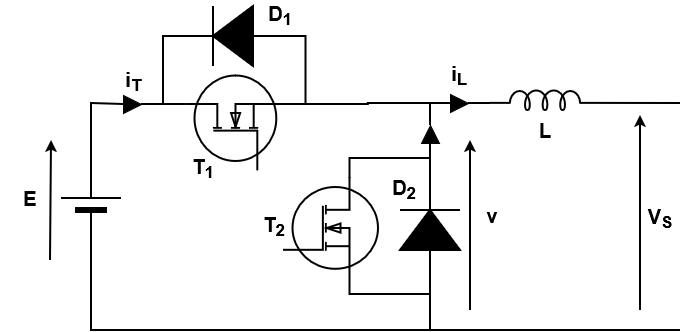
This is Cours/Images/2Quadrants.png from alexismartin46/Cours_Electronique_de_Puissance_FISE2, a draw.io export, as it was before one commit. Source tidied: cells renumbered, new cells last; positions are measured from the earlier drawing's top-left corner, leaving out a move shared by most shapes. The source it was exported from:
```xml
<mxGraphModel>
  <root>
    <mxCell id="0" />
    <mxCell id="1" parent="0" />
    <mxCell id="2" style="verticalLabelPosition=bottom;shadow=0;dashed=0;align=center;html=1;verticalAlign=top;shape=mxgraph.electrical.mosfets1.mosfet_ic_n;fillColor=none;strokeWidth=2;rotation=-90;" parent="1" vertex="1">
      <mxGeometry x="188" y="73" width="95" height="100" as="geometry" />
    </mxCell>
    <mxCell id="3" style="fillColor=strokeColor;verticalLabelPosition=bottom;shadow=0;dashed=0;align=center;html=1;verticalAlign=top;shape=mxgraph.electrical.diodes.diode;rotation=-90;strokeWidth=2;" parent="1" vertex="1">
      <mxGeometry x="380" y="200" width="100" height="60" as="geometry" />
    </mxCell>
    <mxCell id="4" style="verticalLabelPosition=bottom;shadow=0;dashed=0;align=center;html=1;verticalAlign=top;shape=mxgraph.electrical.inductors.inductor_5;strokeWidth=2;" parent="1" vertex="1">
      <mxGeometry x="490" y="90" width="110" height="20" as="geometry" />
    </mxCell>
    <mxCell id="5" style="edgeStyle=orthogonalEdgeStyle;rounded=0;jettySize=auto;html=1;exitX=1;exitY=0.5;exitDx=0;exitDy=0;entryX=0;entryY=0.645;entryDx=0;entryDy=0;entryPerimeter=0;strokeWidth=2;endArrow=none;endFill=0;" parent="1" edge="1" source="23" target="4">
      <mxGeometry relative="1" as="geometry" />
    </mxCell>
    <mxCell id="6" style="verticalLabelPosition=bottom;shadow=0;dashed=0;align=center;fillColor=strokeColor;html=1;verticalAlign=top;strokeWidth=2;shape=mxgraph.electrical.miscellaneous.monocell_battery;rotation=-90;" parent="1" vertex="1">
      <mxGeometry x="41" y="173" width="100" height="60" as="geometry" />
    </mxCell>
    <mxCell id="7" style="edgeStyle=orthogonalEdgeStyle;rounded=0;jettySize=auto;html=1;exitX=1;exitY=0.5;exitDx=0;exitDy=0;exitPerimeter=0;entryX=0.7;entryY=0;entryDx=0;entryDy=0;entryPerimeter=0;endArrow=none;endFill=0;strokeWidth=2;" parent="1" edge="1" source="16" target="2">
      <mxGeometry relative="1" as="geometry" />
    </mxCell>
    <mxCell id="8" style="edgeStyle=orthogonalEdgeStyle;rounded=0;jettySize=auto;html=1;exitX=0;exitY=0.5;exitDx=0;exitDy=0;exitPerimeter=0;entryX=0;entryY=0.5;entryDx=0;entryDy=0;entryPerimeter=0;endArrow=none;endFill=0;strokeWidth=2;" parent="1" edge="1" source="6" target="3">
      <mxGeometry relative="1" as="geometry">
        <Array as="points">
          <mxPoint x="91" y="330" />
          <mxPoint x="430" y="330" />
        </Array>
      </mxGeometry>
    </mxCell>
    <mxCell id="9" style="endArrow=none;html=1;rounded=0;strokeWidth=2;" parent="1" edge="1">
      <mxGeometry relative="1" as="geometry">
        <mxPoint x="430" y="330" as="sourcePoint" />
        <mxPoint x="680" y="330" as="targetPoint" />
      </mxGeometry>
    </mxCell>
    <mxCell id="10" style="endArrow=none;html=1;rounded=0;strokeWidth=2;exitX=1;exitY=0.645;exitDx=0;exitDy=0;exitPerimeter=0;" parent="1" edge="1" source="4">
      <mxGeometry relative="1" as="geometry">
        <mxPoint x="680" y="103" as="targetPoint" />
      </mxGeometry>
    </mxCell>
    <mxCell id="11" value="&lt;font&gt;&lt;b&gt;E&lt;/b&gt;&lt;/font&gt;" style="text;html=1;whiteSpace=wrap;strokeColor=none;fillColor=none;align=center;verticalAlign=middle;rounded=0;fontSize=20;" parent="1" vertex="1">
      <mxGeometry y="183" width="60" height="30" as="geometry" />
    </mxCell>
    <mxCell id="12" style="endArrow=classic;html=1;rounded=0;strokeWidth=2;" parent="1" edge="1">
      <mxGeometry relative="1" as="geometry">
        <mxPoint x="50" y="260" as="sourcePoint" />
        <mxPoint x="51" y="140" as="targetPoint" />
      </mxGeometry>
    </mxCell>
    <mxCell id="13" value="&lt;font&gt;&lt;b&gt;v&lt;/b&gt;&lt;/font&gt;" style="text;html=1;whiteSpace=wrap;strokeColor=none;fillColor=none;align=center;verticalAlign=middle;rounded=0;fontSize=20;" parent="1" vertex="1">
      <mxGeometry x="462" y="200" width="60" height="30" as="geometry" />
    </mxCell>
    <mxCell id="14" style="endArrow=classic;html=1;rounded=0;strokeWidth=2;" parent="1" edge="1">
      <mxGeometry relative="1" as="geometry">
        <mxPoint x="470" y="310" as="sourcePoint" />
        <mxPoint x="470" y="140" as="targetPoint" />
      </mxGeometry>
    </mxCell>
    <mxCell id="15" style="edgeStyle=orthogonalEdgeStyle;rounded=0;jettySize=auto;html=1;exitX=1;exitY=0.5;exitDx=0;exitDy=0;exitPerimeter=0;entryX=0;entryY=0.5;entryDx=0;entryDy=0;endArrow=none;endFill=0;strokeWidth=2;" parent="1" edge="1" source="6" target="16">
      <mxGeometry relative="1" as="geometry">
        <Array as="points">
          <mxPoint x="91" y="103" />
        </Array>
      </mxGeometry>
    </mxCell>
    <mxCell id="16" style="triangle;whiteSpace=wrap;html=1;fillColor=#000000;" parent="1" vertex="1">
      <mxGeometry x="123" y="95" width="18" height="18" as="geometry" />
    </mxCell>
    <mxCell id="17" value="&lt;font&gt;&lt;b&gt;i&lt;sub&gt;T&lt;/sub&gt;&lt;/b&gt;&lt;/font&gt;" style="text;html=1;whiteSpace=wrap;strokeColor=none;fillColor=none;align=center;verticalAlign=middle;rounded=0;fontSize=20;" parent="1" vertex="1">
      <mxGeometry x="103" y="66" width="60" height="30" as="geometry" />
    </mxCell>
    <mxCell id="18" style="edgeStyle=orthogonalEdgeStyle;rounded=0;jettySize=auto;html=1;exitX=1;exitY=0.5;exitDx=0;exitDy=0;exitPerimeter=0;endArrow=none;endFill=0;strokeWidth=2;entryX=0;entryY=0.5;entryDx=0;entryDy=0;" parent="1" edge="1" source="3" target="20">
      <mxGeometry relative="1" as="geometry" />
    </mxCell>
    <mxCell id="19" style="edgeStyle=orthogonalEdgeStyle;rounded=0;jettySize=auto;html=1;exitX=1;exitY=0.5;exitDx=0;exitDy=0;entryX=0;entryY=0.5;entryDx=0;entryDy=0;endArrow=none;endFill=0;strokeWidth=2;" parent="1" edge="1" source="20" target="23">
      <mxGeometry relative="1" as="geometry">
        <Array as="points">
          <mxPoint x="430" y="103" />
        </Array>
      </mxGeometry>
    </mxCell>
    <mxCell id="20" style="triangle;whiteSpace=wrap;html=1;fillColor=#000000;rotation=-90;" parent="1" vertex="1">
      <mxGeometry x="421" y="125" width="18" height="18" as="geometry" />
    </mxCell>
    <mxCell id="21" value="&lt;b&gt;L&lt;/b&gt;" style="text;html=1;whiteSpace=wrap;strokeColor=none;fillColor=none;align=center;verticalAlign=middle;rounded=0;fontSize=20;" parent="1" vertex="1">
      <mxGeometry x="515" y="115" width="60" height="30" as="geometry" />
    </mxCell>
    <mxCell id="22" style="edgeStyle=orthogonalEdgeStyle;rounded=0;jettySize=auto;html=1;exitX=0.7;exitY=1;exitDx=0;exitDy=0;exitPerimeter=0;entryX=0;entryY=0.5;entryDx=0;entryDy=0;strokeWidth=2;endArrow=none;endFill=0;" parent="1" edge="1" source="2" target="23">
      <mxGeometry relative="1" as="geometry" />
    </mxCell>
    <mxCell id="23" style="triangle;whiteSpace=wrap;html=1;fillColor=#000000;" parent="1" vertex="1">
      <mxGeometry x="450" y="94" width="18" height="18" as="geometry" />
    </mxCell>
    <mxCell id="24" value="&lt;font&gt;&lt;b&gt;i&lt;sub&gt;L&lt;/sub&gt;&lt;/b&gt;&lt;/font&gt;" style="text;html=1;whiteSpace=wrap;strokeColor=none;fillColor=none;align=center;verticalAlign=middle;rounded=0;fontSize=20;" parent="1" vertex="1">
      <mxGeometry x="429" y="60" width="60" height="30" as="geometry" />
    </mxCell>
    <mxCell id="25" value="&lt;b&gt;V&lt;sub&gt;S&lt;/sub&gt;&lt;/b&gt;" style="text;html=1;whiteSpace=wrap;strokeColor=none;fillColor=none;align=center;verticalAlign=middle;rounded=0;fontSize=20;" parent="1" vertex="1">
      <mxGeometry x="630" y="203" width="60" height="30" as="geometry" />
    </mxCell>
    <mxCell id="26" style="endArrow=classic;html=1;rounded=0;strokeWidth=2;" parent="1" edge="1">
      <mxGeometry relative="1" as="geometry">
        <mxPoint x="640" y="310" as="sourcePoint" />
        <mxPoint x="640" y="115" as="targetPoint" />
      </mxGeometry>
    </mxCell>
    <mxCell id="27" value="&lt;b&gt;D&lt;sub&gt;2&lt;/sub&gt;&lt;/b&gt;" style="text;html=1;whiteSpace=wrap;strokeColor=none;fillColor=none;align=center;verticalAlign=middle;rounded=0;fontSize=20;" parent="1" vertex="1">
      <mxGeometry x="374" y="174" width="60" height="30" as="geometry" />
    </mxCell>
    <mxCell id="28" value="&lt;b&gt;T&lt;sub&gt;1&lt;/sub&gt;&lt;/b&gt;" style="text;html=1;whiteSpace=wrap;strokeColor=none;fillColor=none;align=center;verticalAlign=middle;rounded=0;fontSize=20;" parent="1" vertex="1">
      <mxGeometry x="173" y="153" width="60" height="30" as="geometry" />
    </mxCell>
    <mxCell id="29" style="edgeStyle=orthogonalEdgeStyle;rounded=0;jettySize=auto;html=1;exitX=0.7;exitY=0;exitDx=0;exitDy=0;exitPerimeter=0;entryX=0;entryY=0.5;entryDx=0;entryDy=0;strokeWidth=2;endArrow=none;endFill=0;" parent="1" edge="1" source="30" target="20">
      <mxGeometry relative="1" as="geometry">
        <Array as="points">
          <mxPoint x="350" y="158" />
          <mxPoint x="430" y="158" />
        </Array>
      </mxGeometry>
    </mxCell>
    <mxCell id="30" style="verticalLabelPosition=bottom;shadow=0;dashed=0;align=center;html=1;verticalAlign=top;shape=mxgraph.electrical.mosfets1.mosfet_ic_n;fillColor=none;strokeWidth=2;rotation=0;" parent="1" vertex="1">
      <mxGeometry x="283" y="178" width="95" height="100" as="geometry" />
    </mxCell>
    <mxCell id="31" value="&lt;b&gt;T&lt;sub&gt;2&lt;/sub&gt;&lt;/b&gt;" style="text;html=1;whiteSpace=wrap;strokeColor=none;fillColor=none;align=center;verticalAlign=middle;rounded=0;fontSize=20;" parent="1" vertex="1">
      <mxGeometry x="244" y="211" width="60" height="30" as="geometry" />
    </mxCell>
    <mxCell id="32" style="edgeStyle=orthogonalEdgeStyle;rounded=0;jettySize=auto;html=1;exitX=0.7;exitY=1;exitDx=0;exitDy=0;exitPerimeter=0;entryX=0;entryY=0.5;entryDx=0;entryDy=0;entryPerimeter=0;strokeWidth=2;endArrow=none;endFill=0;" parent="1" edge="1" source="30" target="3">
      <mxGeometry relative="1" as="geometry">
        <Array as="points">
          <mxPoint x="350" y="294" />
          <mxPoint x="430" y="294" />
        </Array>
      </mxGeometry>
    </mxCell>
    <mxCell id="33" style="fillColor=strokeColor;verticalLabelPosition=bottom;shadow=0;dashed=0;align=center;html=1;verticalAlign=top;shape=mxgraph.electrical.diodes.diode;rotation=-180;strokeWidth=2;" parent="1" vertex="1">
      <mxGeometry x="183" y="6" width="100" height="60" as="geometry" />
    </mxCell>
    <mxCell id="34" style="edgeStyle=orthogonalEdgeStyle;rounded=0;jettySize=auto;html=1;exitX=0;exitY=0.5;exitDx=0;exitDy=0;exitPerimeter=0;entryX=0.7;entryY=1;entryDx=0;entryDy=0;entryPerimeter=0;strokeWidth=2;endArrow=none;endFill=0;" parent="1" edge="1" source="33" target="2">
      <mxGeometry relative="1" as="geometry" />
    </mxCell>
    <mxCell id="35" style="edgeStyle=orthogonalEdgeStyle;rounded=0;jettySize=auto;html=1;exitX=1;exitY=0.5;exitDx=0;exitDy=0;exitPerimeter=0;entryX=0.7;entryY=0;entryDx=0;entryDy=0;entryPerimeter=0;strokeWidth=2;endArrow=none;endFill=0;" parent="1" edge="1" source="33" target="2">
      <mxGeometry relative="1" as="geometry" />
    </mxCell>
    <mxCell id="36" value="&lt;b&gt;D&lt;sub&gt;1&lt;/sub&gt;&lt;/b&gt;" style="text;html=1;whiteSpace=wrap;strokeColor=none;fillColor=none;align=center;verticalAlign=middle;rounded=0;fontSize=20;" parent="1" vertex="1">
      <mxGeometry x="250" width="60" height="30" as="geometry" />
    </mxCell>
  </root>
</mxGraphModel>
```
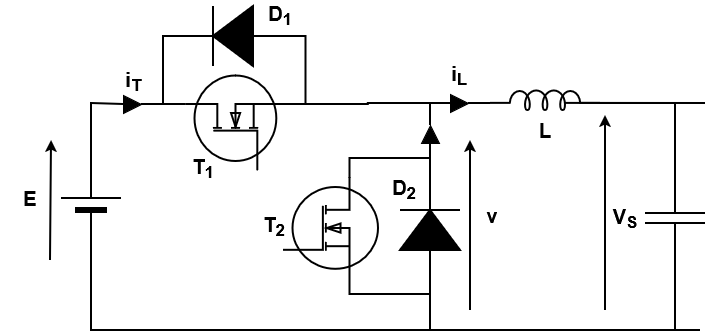
After the commit.

Change to the diagram source:
```diff
@@ -31,12 +31,13 @@
     <mxCell id="9" style="endArrow=none;html=1;rounded=0;strokeWidth=2;" parent="1" edge="1">
       <mxGeometry relative="1" as="geometry">
         <mxPoint x="430" y="330" as="sourcePoint" />
-        <mxPoint x="680" y="330" as="targetPoint" />
+        <mxPoint x="700" y="330" as="targetPoint" />
       </mxGeometry>
     </mxCell>
-    <mxCell id="10" style="endArrow=none;html=1;rounded=0;strokeWidth=2;exitX=1;exitY=0.645;exitDx=0;exitDy=0;exitPerimeter=0;" parent="1" edge="1" source="4">
+    <mxCell id="10" style="endArrow=none;html=1;rounded=0;strokeWidth=2;exitX=1;exitY=0.645;exitDx=0;exitDy=0;exitPerimeter=0;" parent="1" edge="1">
       <mxGeometry relative="1" as="geometry">
-        <mxPoint x="680" y="103" as="targetPoint" />
+        <mxPoint x="565" y="102.9" as="sourcePoint" />
+        <mxPoint x="705" y="103" as="targetPoint" />
       </mxGeometry>
     </mxCell>
     <mxCell id="11" value="&lt;font&gt;&lt;b&gt;E&lt;/b&gt;&lt;/font&gt;" style="text;html=1;whiteSpace=wrap;strokeColor=none;fillColor=none;align=center;verticalAlign=middle;rounded=0;fontSize=20;" parent="1" vertex="1">
@@ -96,12 +97,12 @@
       <mxGeometry x="429" y="60" width="60" height="30" as="geometry" />
     </mxCell>
     <mxCell id="25" value="&lt;b&gt;V&lt;sub&gt;S&lt;/sub&gt;&lt;/b&gt;" style="text;html=1;whiteSpace=wrap;strokeColor=none;fillColor=none;align=center;verticalAlign=middle;rounded=0;fontSize=20;" parent="1" vertex="1">
-      <mxGeometry x="630" y="203" width="60" height="30" as="geometry" />
+      <mxGeometry x="595" y="203" width="60" height="30" as="geometry" />
     </mxCell>
     <mxCell id="26" style="endArrow=classic;html=1;rounded=0;strokeWidth=2;" parent="1" edge="1">
       <mxGeometry relative="1" as="geometry">
-        <mxPoint x="640" y="310" as="sourcePoint" />
-        <mxPoint x="640" y="115" as="targetPoint" />
+        <mxPoint x="605" y="310" as="sourcePoint" />
+        <mxPoint x="605" y="115" as="targetPoint" />
       </mxGeometry>
     </mxCell>
     <mxCell id="27" value="&lt;b&gt;D&lt;sub&gt;2&lt;/sub&gt;&lt;/b&gt;" style="text;html=1;whiteSpace=wrap;strokeColor=none;fillColor=none;align=center;verticalAlign=middle;rounded=0;fontSize=20;" parent="1" vertex="1">
@@ -144,5 +145,23 @@
     <mxCell id="36" value="&lt;b&gt;D&lt;sub&gt;1&lt;/sub&gt;&lt;/b&gt;" style="text;html=1;whiteSpace=wrap;strokeColor=none;fillColor=none;align=center;verticalAlign=middle;rounded=0;fontSize=20;" parent="1" vertex="1">
       <mxGeometry x="250" width="60" height="30" as="geometry" />
     </mxCell>
+    <mxCell id="37" style="edgeStyle=orthogonalEdgeStyle;rounded=0;jettySize=auto;html=1;exitX=0;exitY=0.5;exitDx=0;exitDy=0;exitPerimeter=0;endArrow=none;endFill=0;entryX=1;entryY=0.645;entryDx=0;entryDy=0;entryPerimeter=0;strokeWidth=2;" parent="1" edge="1" source="38" target="4">
+      <mxGeometry relative="1" as="geometry">
+        <Array as="points">
+          <mxPoint x="675" y="103" />
+        </Array>
+      </mxGeometry>
+    </mxCell>
+    <mxCell id="38" style="verticalLabelPosition=bottom;shadow=0;dashed=0;align=center;html=1;verticalAlign=top;shape=mxgraph.electrical.capacitors.capacitor_1;strokeWidth=2;rotation=90;" parent="1" vertex="1">
+      <mxGeometry x="625" y="188" width="100" height="60" as="geometry" />
+    </mxCell>
+    <mxCell id="39" style="edgeStyle=orthogonalEdgeStyle;rounded=0;jettySize=auto;html=1;exitX=1;exitY=0.5;exitDx=0;exitDy=0;exitPerimeter=0;entryX=0;entryY=0.5;entryDx=0;entryDy=0;entryPerimeter=0;strokeWidth=2;endArrow=none;endFill=0;" parent="1" edge="1" source="38" target="3">
+      <mxGeometry relative="1" as="geometry">
+        <Array as="points">
+          <mxPoint x="675" y="330" />
+          <mxPoint x="430" y="330" />
+        </Array>
+      </mxGeometry>
+    </mxCell>
   </root>
 </mxGraphModel>
```
